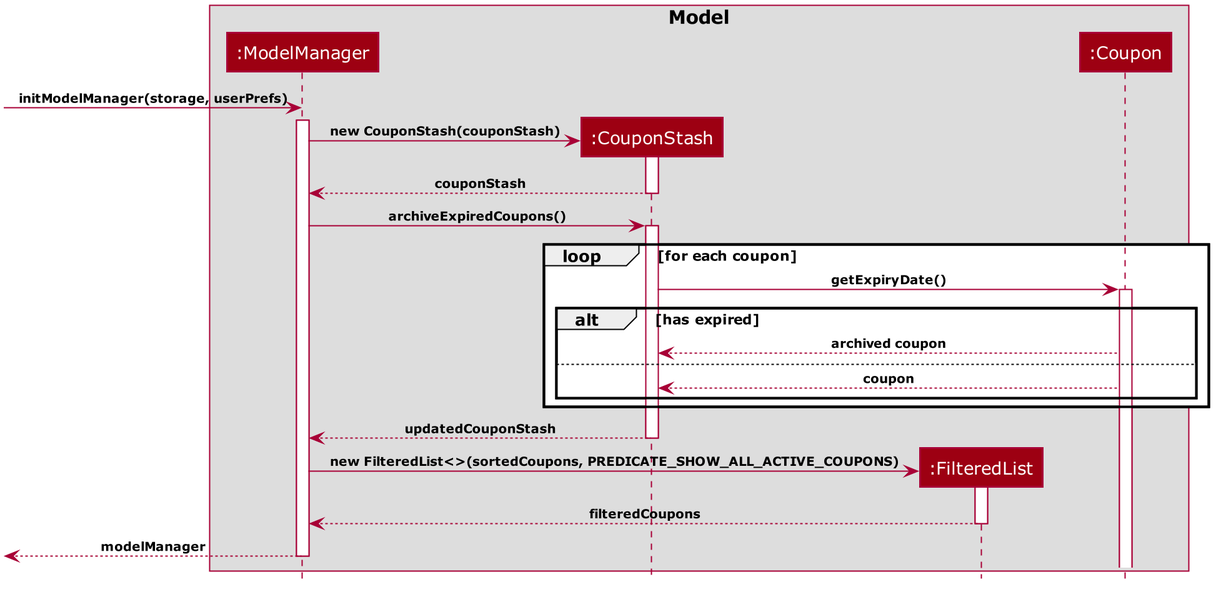
Earlier version of the PlantUML export docs/images/ArchiveExpiredSequenceDiagram.png (nus-cs2103-AY1920S2/addressbook-level3).
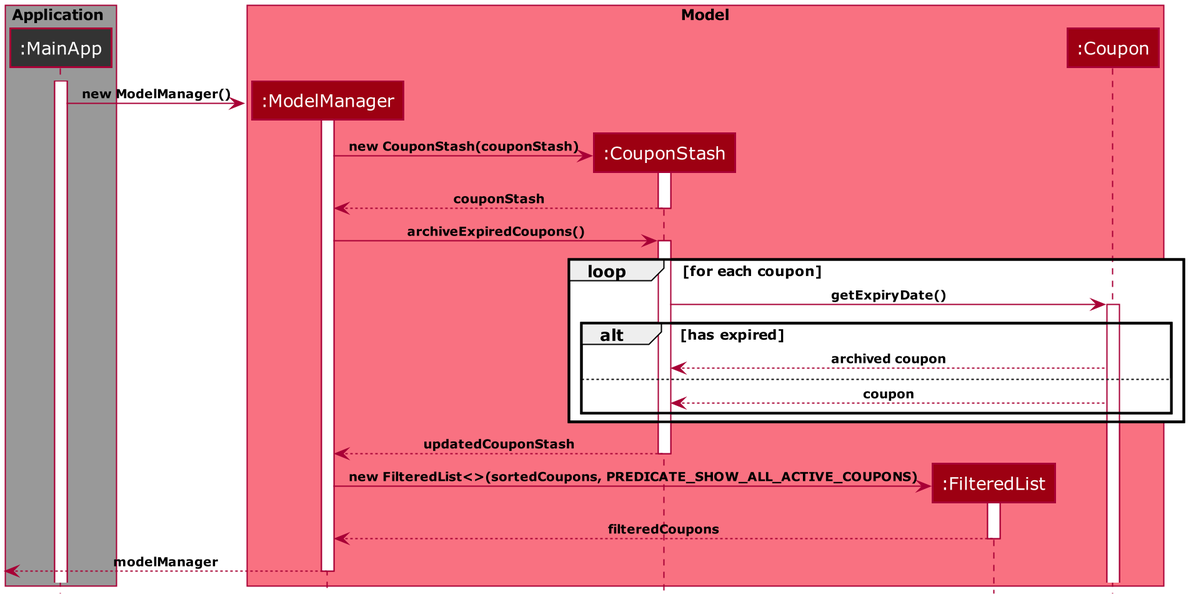
After the change.

Change to the diagram source:
```diff
@@ -30,7 +30,7 @@
 
 skinparam Sequence {
     MessageAlign center
-    BoxFontSize 15
+    BoxFontSize 12
     BoxPadding 0
     BoxFontColor #FFFFFF
     FontName Verdana
@@ -62,16 +62,26 @@
 hide members
 hide circle
 
-box "<color:black>Model</color>"
+skinparam ParticipantPadding 0
+
+box <color:black>Application</color> #999999
+participant ":MainApp" as MainApp #333333
+end box
+
+
+box "<color:black>Model</color>" #F97181
 participant ":ModelManager" as ModelManager #9D0012
 participant ":CouponStash" as CouponStash #9D0012
 participant ":FilteredList" as FilteredList #9D0012
 participant ":Coupon" as Coupon #9D0012
 end box
 
+activate MainApp
+
 create ModelManager
-[-> ModelManager: initModelManager(storage, userPrefs)
 activate ModelManager
+
+MainApp -> ModelManager: new ModelManager()
 
 create CouponStash
 ModelManager -> CouponStash: new CouponStash(couponStash)
```
